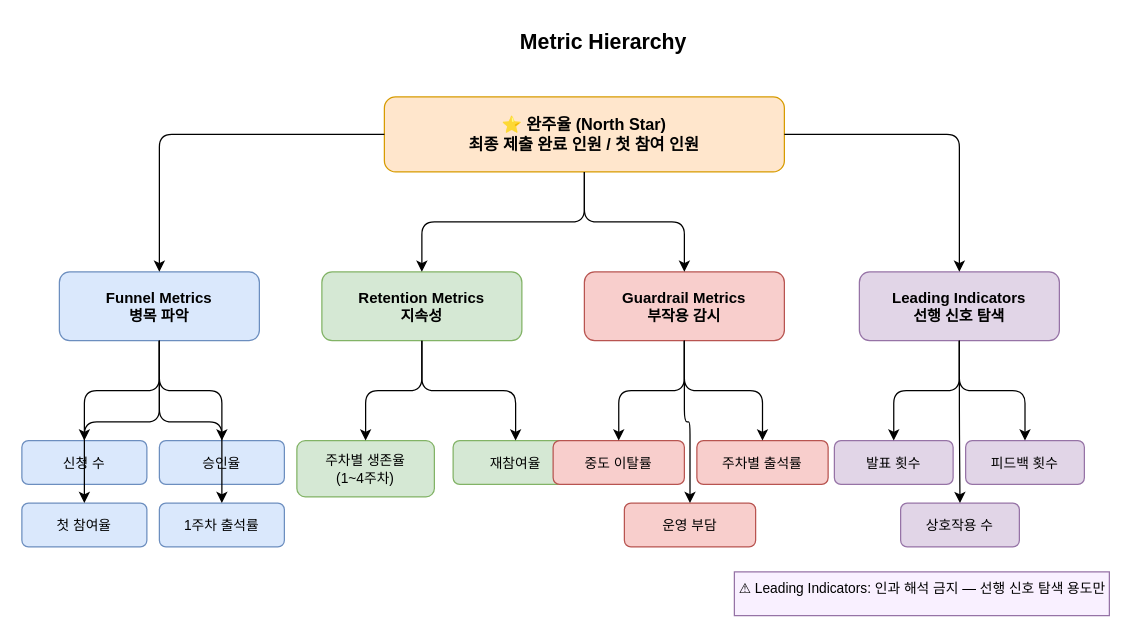
markjihwan/community-abtest keeps this draw.io diagram as page "지표 계층" (3 of 3) of docs/abtest_platform_overview.drawio. Above is the earlier version. Source tidied: cells renumbered, new cells numbered last; positions are measured from the earlier drawing's top-left corner, leaving out a move shared by most shapes. Both pictures are drawn from the tidied source at 125%, with x=0, y=0 at pixel (21, 21).
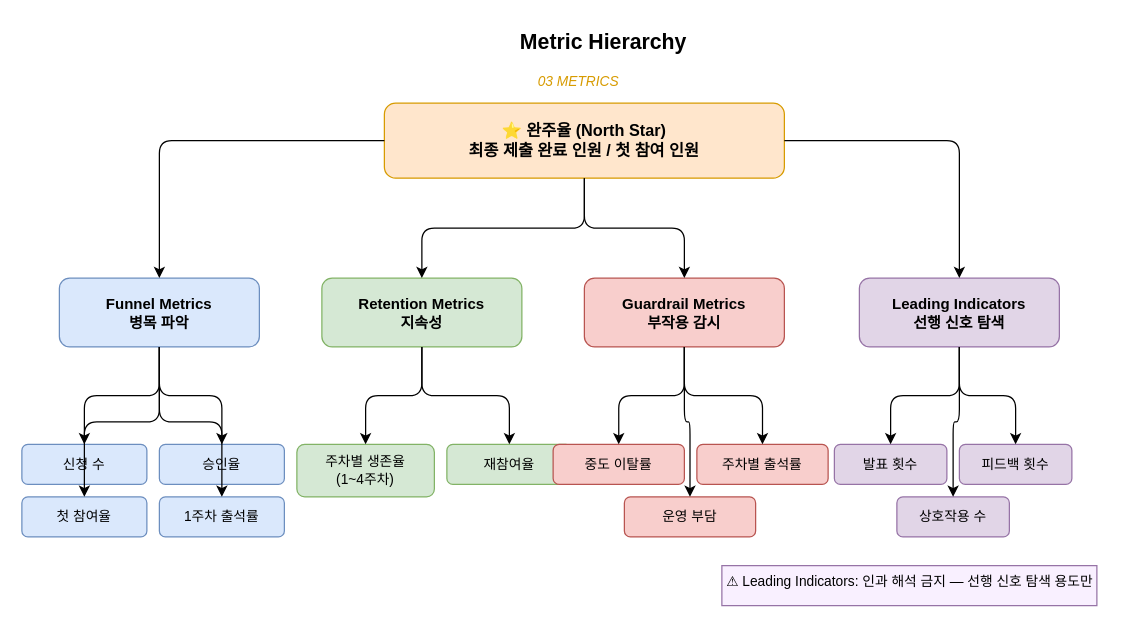
After the change.

The edit, as a diff of the source:
```diff
@@
+    <mxCell id="37" value="03 METRICS" style="text;html=1;strokeColor=none;fillColor=none;align=center;fontSize=11;fontColor=#d79b00;fontStyle=2;" parent="1" vertex="1">
+      <mxGeometry x="370" y="35" width="150" height="20" as="geometry" />
+    </mxCell>
     <mxCell id="3" value="⭐ 완주율 (North Star)&#10;최종 제출 완료 인원 / 첫 참여 인원" style="rounded=1;whiteSpace=wrap;html=1;fillColor=#ffe6cc;strokeColor=#d79b00;fontStyle=1;fontSize=13;" parent="1" vertex="1">
-      <mxGeometry x="290" y="60" width="320" height="60" as="geometry" />
+      <mxGeometry x="290" y="65" width="320" height="60" as="geometry" />
     </mxCell>
     <mxCell id="4" value="Funnel Metrics&#10;병목 파악" style="rounded=1;whiteSpace=wrap;html=1;fillColor=#dae8fc;strokeColor=#6c8ebf;fontStyle=1;fontSize=12;" parent="1" vertex="1">
-      <mxGeometry x="30" y="200" width="160" height="55" as="geometry" />
+      <mxGeometry x="30" y="205" width="160" height="55" as="geometry" />
     </mxCell>
     <mxCell id="5" value="Retention Metrics&#10;지속성" style="rounded=1;whiteSpace=wrap;html=1;fillColor=#d5e8d4;strokeColor=#82b366;fontStyle=1;fontSize=12;" parent="1" vertex="1">
-      <mxGeometry x="240" y="200" width="160" height="55" as="geometry" />
+      <mxGeometry x="240" y="205" width="160" height="55" as="geometry" />
     </mxCell>
     <mxCell id="6" value="Guardrail Metrics&#10;부작용 감시" style="rounded=1;whiteSpace=wrap;html=1;fillColor=#f8cecc;strokeColor=#b85450;fontStyle=1;fontSize=12;" parent="1" vertex="1">
-      <mxGeometry x="450" y="200" width="160" height="55" as="geometry" />
+      <mxGeometry x="450" y="205" width="160" height="55" as="geometry" />
     </mxCell>
     <mxCell id="7" value="Leading Indicators&#10;선행 신호 탐색" style="rounded=1;whiteSpace=wrap;html=1;fillColor=#e1d5e7;strokeColor=#9673a6;fontStyle=1;fontSize=12;" parent="1" vertex="1">
-      <mxGeometry x="670" y="200" width="160" height="55" as="geometry" />
+      <mxGeometry x="670" y="205" width="160" height="55" as="geometry" />
     </mxCell>
     <mxCell id="8" value="신청 수" style="rounded=1;whiteSpace=wrap;html=1;fillColor=#dae8fc;strokeColor=#6c8ebf;fontSize=11;" parent="1" vertex="1">
-      <mxGeometry y="335" width="100" height="35" as="geometry" />
+      <mxGeometry y="338" width="100" height="32" as="geometry" />
     </mxCell>
     <mxCell id="9" value="승인율" style="rounded=1;whiteSpace=wrap;html=1;fillColor=#dae8fc;strokeColor=#6c8ebf;fontSize=11;" parent="1" vertex="1">
-      <mxGeometry x="110" y="335" width="100" height="35" as="geometry" />
+      <mxGeometry x="110" y="338" width="100" height="32" as="geometry" />
     </mxCell>
     <mxCell id="10" value="첫 참여율" style="rounded=1;whiteSpace=wrap;html=1;fillColor=#dae8fc;strokeColor=#6c8ebf;fontSize=11;" parent="1" vertex="1">
-      <mxGeometry y="385" width="100" height="35" as="geometry" />
+      <mxGeometry y="380" width="100" height="32" as="geometry" />
     </mxCell>
     <mxCell id="11" value="1주차 출석률" style="rounded=1;whiteSpace=wrap;html=1;fillColor=#dae8fc;strokeColor=#6c8ebf;fontSize=11;" parent="1" vertex="1">
-      <mxGeometry x="110" y="385" width="100" height="35" as="geometry" />
+      <mxGeometry x="110" y="380" width="100" height="32" as="geometry" />
     </mxCell>
     <mxCell id="12" value="주차별 생존율&#10;(1~4주차)" style="rounded=1;whiteSpace=wrap;html=1;fillColor=#d5e8d4;strokeColor=#82b366;fontSize=11;" parent="1" vertex="1">
-      <mxGeometry x="220" y="335" width="110" height="45" as="geometry" />
+      <mxGeometry x="220" y="338" width="110" height="42" as="geometry" />
     </mxCell>
     <mxCell id="13" value="재참여율" style="rounded=1;whiteSpace=wrap;html=1;fillColor=#d5e8d4;strokeColor=#82b366;fontSize=11;" parent="1" vertex="1">
-      <mxGeometry x="345" y="335" width="100" height="35" as="geometry" />
+      <mxGeometry x="340" y="338" width="100" height="32" as="geometry" />
     </mxCell>
     <mxCell id="14" value="중도 이탈률" style="rounded=1;whiteSpace=wrap;html=1;fillColor=#f8cecc;strokeColor=#b85450;fontSize=11;" parent="1" vertex="1">
-      <mxGeometry x="425" y="335" width="105" height="35" as="geometry" />
+      <mxGeometry x="425" y="338" width="105" height="32" as="geometry" />
     </mxCell>
     <mxCell id="15" value="주차별 출석률" style="rounded=1;whiteSpace=wrap;html=1;fillColor=#f8cecc;strokeColor=#b85450;fontSize=11;" parent="1" vertex="1">
-      <mxGeometry x="540" y="335" width="105" height="35" as="geometry" />
+      <mxGeometry x="540" y="338" width="105" height="32" as="geometry" />
     </mxCell>
     <mxCell id="16" value="운영 부담" style="rounded=1;whiteSpace=wrap;html=1;fillColor=#f8cecc;strokeColor=#b85450;fontSize=11;" parent="1" vertex="1">
-      <mxGeometry x="482" y="385" width="105" height="35" as="geometry" />
+      <mxGeometry x="482" y="380" width="105" height="32" as="geometry" />
     </mxCell>
     <mxCell id="17" value="발표 횟수" style="rounded=1;whiteSpace=wrap;html=1;fillColor=#e1d5e7;strokeColor=#9673a6;fontSize=11;" parent="1" vertex="1">
-      <mxGeometry x="650" y="335" width="95" height="35" as="geometry" />
+      <mxGeometry x="650" y="338" width="90" height="32" as="geometry" />
     </mxCell>
     <mxCell id="18" value="피드백 횟수" style="rounded=1;whiteSpace=wrap;html=1;fillColor=#e1d5e7;strokeColor=#9673a6;fontSize=11;" parent="1" vertex="1">
-      <mxGeometry x="755" y="335" width="95" height="35" as="geometry" />
+      <mxGeometry x="750" y="338" width="90" height="32" as="geometry" />
     </mxCell>
     <mxCell id="19" value="상호작용 수" style="rounded=1;whiteSpace=wrap;html=1;fillColor=#e1d5e7;strokeColor=#9673a6;fontSize=11;" parent="1" vertex="1">
-      <mxGeometry x="703" y="385" width="95" height="35" as="geometry" />
+      <mxGeometry x="700" y="380" width="90" height="32" as="geometry" />
     </mxCell>
     <mxCell id="20" value="⚠ Leading Indicators: 인과 해석 금지 — 선행 신호 탐색 용도만" style="text;html=1;strokeColor=#9673a6;fillColor=#f9f0ff;align=center;fontSize=11;" parent="1" vertex="1">
-      <mxGeometry x="570" y="440" width="300" height="35" as="geometry" />
+      <mxGeometry x="560" y="435" width="300" height="32" as="geometry" />
     </mxCell>
```
